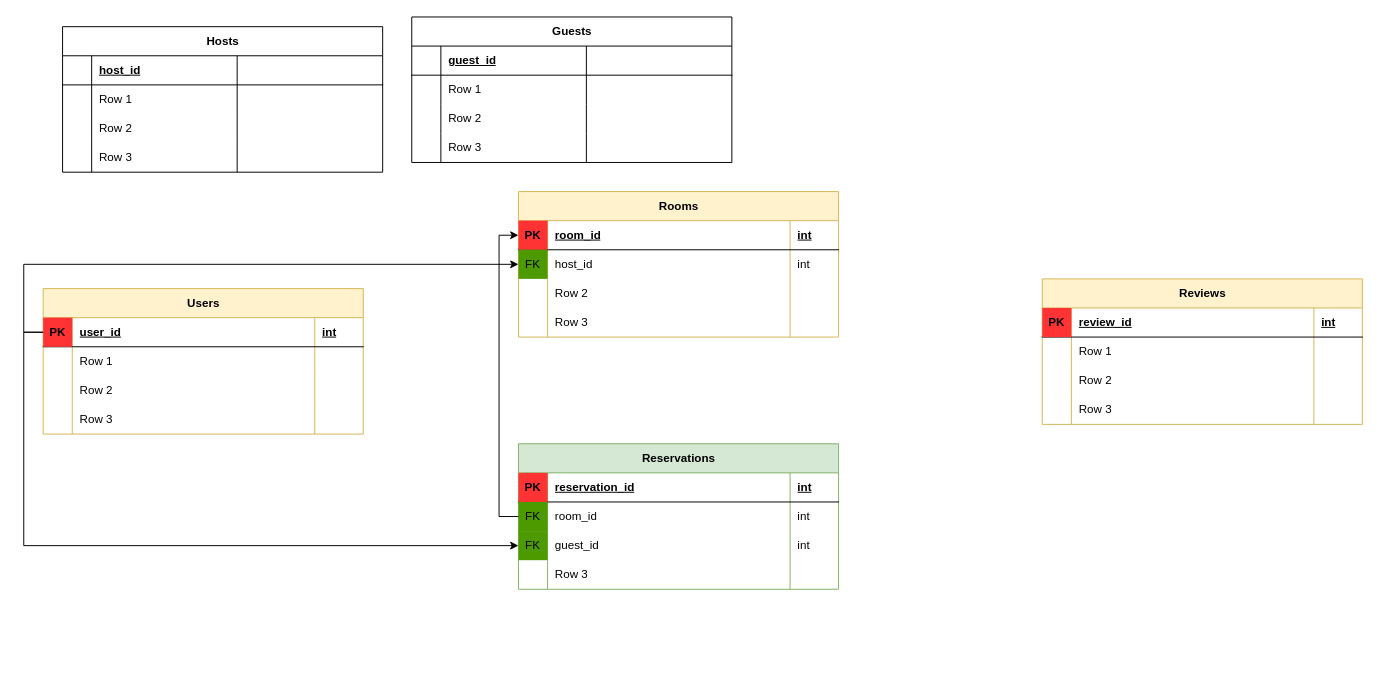
Olha-Zhernosek/projector_homeworks keeps this draw.io diagram as airbnb_diagram.drawio. Above is the earlier version. Source tidied: cells renumbered, new cells numbered last; positions are measured from the earlier drawing's top-left corner, leaving out a move shared by most shapes. Both pictures are drawn from the tidied source at 97%, with x=0, y=0 at pixel (43, 16).
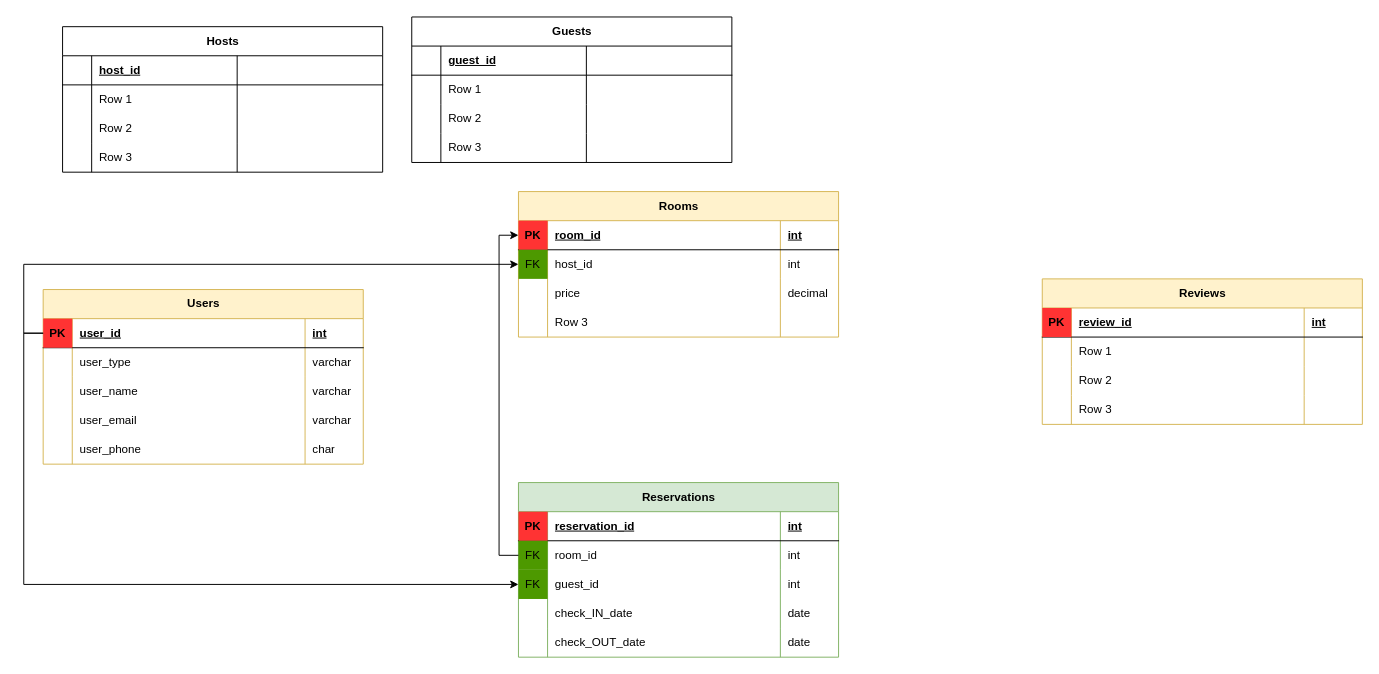
After the change.

Unchanged cells that the change refers to:
```xml
<mxCell id="3" style="shape=tableRow;horizontal=0;startSize=0;swimlaneHead=0;swimlaneBody=0;fillColor=none;points=[[0,0.5],[1,0.5]];portConstraint=eastwest;top=0;left=0;right=0;bottom=1;" parent="2" vertex="1">
  <mxGeometry y="30" width="330" height="30" as="geometry" />
</mxCell>
<mxCell id="7" style="shape=tableRow;horizontal=0;startSize=0;swimlaneHead=0;swimlaneBody=0;fillColor=none;top=0;left=0;right=0;bottom=0;" parent="2" vertex="1">
  <mxGeometry y="60" width="330" height="30" as="geometry" />
</mxCell>
<mxCell id="11" style="shape=tableRow;horizontal=0;startSize=0;swimlaneHead=0;swimlaneBody=0;fillColor=none;top=0;left=0;right=0;bottom=0;" parent="2" vertex="1">
  <mxGeometry y="90" width="330" height="30" as="geometry" />
</mxCell>
<mxCell id="15" style="shape=tableRow;horizontal=0;startSize=0;swimlaneHead=0;swimlaneBody=0;fillColor=none;top=0;left=0;right=0;bottom=0;" parent="2" vertex="1">
  <mxGeometry y="120" width="330" height="30" as="geometry" />
</mxCell>
<mxCell id="20" style="shape=tableRow;horizontal=0;startSize=0;swimlaneHead=0;swimlaneBody=0;fillColor=none;top=0;left=0;right=0;bottom=1;" parent="19" vertex="1">
  <mxGeometry y="30" width="330" height="30" as="geometry" />
</mxCell>
<mxCell id="24" style="shape=tableRow;horizontal=0;startSize=0;swimlaneHead=0;swimlaneBody=0;fillColor=none;top=0;left=0;right=0;bottom=0;" parent="19" vertex="1">
  <mxGeometry y="60" width="330" height="30" as="geometry" />
</mxCell>
<mxCell id="28" style="shape=tableRow;horizontal=0;startSize=0;swimlaneHead=0;swimlaneBody=0;fillColor=none;top=0;left=0;right=0;bottom=0;" parent="19" vertex="1">
  <mxGeometry y="90" width="330" height="30" as="geometry" />
</mxCell>
<mxCell id="32" style="shape=tableRow;horizontal=0;startSize=0;swimlaneHead=0;swimlaneBody=0;fillColor=none;top=0;left=0;right=0;bottom=0;" parent="19" vertex="1">
  <mxGeometry y="120" width="330" height="30" as="geometry" />
</mxCell>
<mxCell id="37" style="shape=tableRow;horizontal=0;startSize=0;swimlaneHead=0;swimlaneBody=0;fillColor=none;top=0;left=0;right=0;bottom=1;" parent="36" vertex="1">
  <mxGeometry y="30" width="330" height="30" as="geometry" />
</mxCell>
<mxCell id="41" style="shape=tableRow;horizontal=0;startSize=0;swimlaneHead=0;swimlaneBody=0;fillColor=none;points=[[0,0.5],[1,0.5]];portConstraint=eastwest;top=0;left=0;right=0;bottom=0;" parent="36" vertex="1">
  <mxGeometry y="60" width="330" height="30" as="geometry" />
</mxCell>
<mxCell id="45" style="shape=tableRow;horizontal=0;startSize=0;swimlaneHead=0;swimlaneBody=0;fillColor=none;points=[[0,0.5],[1,0.5]];portConstraint=eastwest;top=0;left=0;right=0;bottom=0;" parent="36" vertex="1">
  <mxGeometry y="90" width="330" height="30" as="geometry" />
</mxCell>
<mxCell id="49" style="shape=tableRow;horizontal=0;startSize=0;swimlaneHead=0;swimlaneBody=0;fillColor=none;top=0;left=0;right=0;bottom=0;" parent="36" vertex="1">
  <mxGeometry y="120" width="330" height="30" as="geometry" />
</mxCell>
<mxCell id="54" style="shape=tableRow;horizontal=0;startSize=0;swimlaneHead=0;swimlaneBody=0;fillColor=none;points=[[0,0.5],[1,0.5]];portConstraint=eastwest;top=0;left=0;right=0;bottom=1;" parent="53" vertex="1">
  <mxGeometry y="30" width="330" height="30" as="geometry" />
</mxCell>
<mxCell id="58" style="shape=tableRow;horizontal=0;startSize=0;swimlaneHead=0;swimlaneBody=0;fillColor=none;points=[[0,0.5],[1,0.5]];portConstraint=eastwest;top=0;left=0;right=0;bottom=0;" parent="53" vertex="1">
  <mxGeometry y="60" width="330" height="30" as="geometry" />
</mxCell>
<mxCell id="62" style="shape=tableRow;horizontal=0;startSize=0;swimlaneHead=0;swimlaneBody=0;fillColor=none;top=0;left=0;right=0;bottom=0;" parent="53" vertex="1">
  <mxGeometry y="90" width="330" height="30" as="geometry" />
</mxCell>
<mxCell id="66" style="shape=tableRow;horizontal=0;startSize=0;swimlaneHead=0;swimlaneBody=0;fillColor=none;top=0;left=0;right=0;bottom=0;" parent="53" vertex="1">
  <mxGeometry y="120" width="330" height="30" as="geometry" />
</mxCell>
```

The edit, as a diff of the source:
```diff
@@
     <mxCell id="2" value="Users" style="shape=table;startSize=30;childLayout=tableLayout;rowLines=0;fontStyle=1;align=center;html=1;fillColor=#fff2cc;strokeColor=#d6b656;" parent="1" vertex="1">
-      <mxGeometry y="280" width="330" height="150" as="geometry" />
+      <mxGeometry y="281" width="330" height="180" as="geometry" />
     </mxCell>
@@
     <mxCell id="5" value="user_id" style="shape=partialRectangle;fillColor=none;top=0;left=0;bottom=0;right=0;align=left;spacingLeft=6;fontStyle=5;overflow=hidden;whiteSpace=wrap;html=1;" parent="3" vertex="1">
-      <mxGeometry x="30" width="250" height="30" as="geometry" />
+      <mxGeometry x="30" width="240" height="30" as="geometry" />
     </mxCell>
     <mxCell id="6" value="int" style="shape=partialRectangle;fillColor=none;top=0;left=0;bottom=0;right=0;align=left;spacingLeft=6;fontStyle=5;overflow=hidden;whiteSpace=wrap;html=1;" parent="3" vertex="1">
-      <mxGeometry x="280" width="50" height="30" as="geometry" />
+      <mxGeometry x="270" width="60" height="30" as="geometry" />
     </mxCell>
@@
-    <mxCell id="9" value="Row 1" style="shape=partialRectangle;fillColor=none;top=0;left=0;bottom=0;right=0;align=left;spacingLeft=6;overflow=hidden;whiteSpace=wrap;html=1;" parent="7" vertex="1">
-      <mxGeometry x="30" width="250" height="30" as="geometry" />
+    <mxCell id="9" value="user_type" style="shape=partialRectangle;fillColor=none;top=0;left=0;bottom=0;right=0;align=left;spacingLeft=6;overflow=hidden;whiteSpace=wrap;html=1;" parent="7" vertex="1">
+      <mxGeometry x="30" width="240" height="30" as="geometry" />
     </mxCell>
-    <mxCell id="10" style="shape=partialRectangle;fillColor=none;top=0;left=0;bottom=0;right=0;align=left;spacingLeft=6;overflow=hidden;whiteSpace=wrap;html=1;" parent="7" vertex="1">
-      <mxGeometry x="280" width="50" height="30" as="geometry" />
+    <mxCell id="10" value="varchar" style="shape=partialRectangle;fillColor=none;top=0;left=0;bottom=0;right=0;align=left;spacingLeft=6;overflow=hidden;whiteSpace=wrap;html=1;" parent="7" vertex="1">
+      <mxGeometry x="270" width="60" height="30" as="geometry" />
     </mxCell>
@@
-    <mxCell id="13" value="Row 2" style="shape=partialRectangle;fillColor=none;top=0;left=0;bottom=0;right=0;align=left;spacingLeft=6;overflow=hidden;whiteSpace=wrap;html=1;" parent="11" vertex="1">
-      <mxGeometry x="30" width="250" height="30" as="geometry" />
+    <mxCell id="13" value="user_name" style="shape=partialRectangle;fillColor=none;top=0;left=0;bottom=0;right=0;align=left;spacingLeft=6;overflow=hidden;whiteSpace=wrap;html=1;" parent="11" vertex="1">
+      <mxGeometry x="30" width="240" height="30" as="geometry" />
     </mxCell>
-    <mxCell id="14" style="shape=partialRectangle;fillColor=none;top=0;left=0;bottom=0;right=0;align=left;spacingLeft=6;overflow=hidden;whiteSpace=wrap;html=1;" parent="11" vertex="1">
-      <mxGeometry x="280" width="50" height="30" as="geometry" />
+    <mxCell id="14" value="varchar" style="shape=partialRectangle;fillColor=none;top=0;left=0;bottom=0;right=0;align=left;spacingLeft=6;overflow=hidden;whiteSpace=wrap;html=1;" parent="11" vertex="1">
+      <mxGeometry x="270" width="60" height="30" as="geometry" />
     </mxCell>
@@
-    <mxCell id="17" value="Row 3" style="shape=partialRectangle;fillColor=none;top=0;left=0;bottom=0;right=0;align=left;spacingLeft=6;overflow=hidden;whiteSpace=wrap;html=1;" parent="15" vertex="1">
-      <mxGeometry x="30" width="250" height="30" as="geometry" />
+    <mxCell id="17" value="user_email" style="shape=partialRectangle;fillColor=none;top=0;left=0;bottom=0;right=0;align=left;spacingLeft=6;overflow=hidden;whiteSpace=wrap;html=1;" parent="15" vertex="1">
+      <mxGeometry x="30" width="240" height="30" as="geometry" />
     </mxCell>
-    <mxCell id="18" style="shape=partialRectangle;fillColor=none;top=0;left=0;bottom=0;right=0;align=left;spacingLeft=6;overflow=hidden;whiteSpace=wrap;html=1;" parent="15" vertex="1">
-      <mxGeometry x="280" width="50" height="30" as="geometry" />
+    <mxCell id="18" value="varchar" style="shape=partialRectangle;fillColor=none;top=0;left=0;bottom=0;right=0;align=left;spacingLeft=6;overflow=hidden;whiteSpace=wrap;html=1;" parent="15" vertex="1">
+      <mxGeometry x="270" width="60" height="30" as="geometry" />
     </mxCell>
+    <mxCell id="107" style="shape=tableRow;horizontal=0;startSize=0;swimlaneHead=0;swimlaneBody=0;fillColor=none;top=0;left=0;right=0;bottom=0;" parent="2" vertex="1">
+      <mxGeometry y="150" width="330" height="30" as="geometry" />
+    </mxCell>
+    <mxCell id="108" style="shape=partialRectangle;fillColor=none;top=0;left=0;bottom=0;right=0;overflow=hidden;whiteSpace=wrap;html=1;" parent="107" vertex="1">
+      <mxGeometry width="30" height="30" as="geometry" />
+    </mxCell>
+    <mxCell id="109" value="user_phone" style="shape=partialRectangle;fillColor=none;top=0;left=0;bottom=0;right=0;align=left;spacingLeft=6;overflow=hidden;whiteSpace=wrap;html=1;" parent="107" vertex="1">
+      <mxGeometry x="30" width="240" height="30" as="geometry" />
+    </mxCell>
+    <mxCell id="110" value="char" style="shape=partialRectangle;fillColor=none;top=0;left=0;bottom=0;right=0;align=left;spacingLeft=6;overflow=hidden;whiteSpace=wrap;html=1;" parent="107" vertex="1">
+      <mxGeometry x="270" width="60" height="30" as="geometry" />
+    </mxCell>
@@
     <mxCell id="22" value="review_id" style="shape=partialRectangle;fillColor=none;top=0;left=0;bottom=0;right=0;align=left;spacingLeft=6;fontStyle=5;overflow=hidden;whiteSpace=wrap;html=1;" parent="20" vertex="1">
-      <mxGeometry x="30" width="250" height="30" as="geometry" />
+      <mxGeometry x="30" width="240" height="30" as="geometry" />
     </mxCell>
     <mxCell id="23" value="int" style="shape=partialRectangle;fillColor=none;top=0;left=0;bottom=0;right=0;align=left;spacingLeft=6;fontStyle=5;overflow=hidden;whiteSpace=wrap;html=1;" parent="20" vertex="1">
-      <mxGeometry x="280" width="50" height="30" as="geometry" />
+      <mxGeometry x="270" width="60" height="30" as="geometry" />
     </mxCell>
@@
     <mxCell id="26" value="Row 1" style="shape=partialRectangle;fillColor=none;top=0;left=0;bottom=0;right=0;align=left;spacingLeft=6;overflow=hidden;whiteSpace=wrap;html=1;" parent="24" vertex="1">
-      <mxGeometry x="30" width="250" height="30" as="geometry" />
+      <mxGeometry x="30" width="240" height="30" as="geometry" />
     </mxCell>
     <mxCell id="27" style="shape=partialRectangle;fillColor=none;top=0;left=0;bottom=0;right=0;align=left;spacingLeft=6;overflow=hidden;whiteSpace=wrap;html=1;" parent="24" vertex="1">
-      <mxGeometry x="280" width="50" height="30" as="geometry" />
+      <mxGeometry x="270" width="60" height="30" as="geometry" />
     </mxCell>
@@
     <mxCell id="30" value="Row 2" style="shape=partialRectangle;fillColor=none;top=0;left=0;bottom=0;right=0;align=left;spacingLeft=6;overflow=hidden;whiteSpace=wrap;html=1;" parent="28" vertex="1">
-      <mxGeometry x="30" width="250" height="30" as="geometry" />
+      <mxGeometry x="30" width="240" height="30" as="geometry" />
     </mxCell>
     <mxCell id="31" style="shape=partialRectangle;fillColor=none;top=0;left=0;bottom=0;right=0;align=left;spacingLeft=6;overflow=hidden;whiteSpace=wrap;html=1;" parent="28" vertex="1">
-      <mxGeometry x="280" width="50" height="30" as="geometry" />
+      <mxGeometry x="270" width="60" height="30" as="geometry" />
     </mxCell>
@@
     <mxCell id="34" value="Row 3" style="shape=partialRectangle;fillColor=none;top=0;left=0;bottom=0;right=0;align=left;spacingLeft=6;overflow=hidden;whiteSpace=wrap;html=1;" parent="32" vertex="1">
-      <mxGeometry x="30" width="250" height="30" as="geometry" />
+      <mxGeometry x="30" width="240" height="30" as="geometry" />
     </mxCell>
     <mxCell id="35" style="shape=partialRectangle;fillColor=none;top=0;left=0;bottom=0;right=0;align=left;spacingLeft=6;overflow=hidden;whiteSpace=wrap;html=1;" parent="32" vertex="1">
-      <mxGeometry x="280" width="50" height="30" as="geometry" />
+      <mxGeometry x="270" width="60" height="30" as="geometry" />
     </mxCell>
     <mxCell id="36" value="Reservations" style="shape=table;startSize=30;childLayout=tableLayout;rowLines=0;fontStyle=1;align=center;html=1;fillColor=#d5e8d4;strokeColor=#82b366;" parent="1" vertex="1">
-      <mxGeometry x="490" y="440" width="330" height="150" as="geometry" />
+      <mxGeometry x="490" y="480" width="330" height="180" as="geometry" />
     </mxCell>
@@
     <mxCell id="39" value="reservation_id" style="shape=partialRectangle;fillColor=none;top=0;left=0;bottom=0;right=0;align=left;spacingLeft=6;fontStyle=5;overflow=hidden;whiteSpace=wrap;html=1;" parent="37" vertex="1">
-      <mxGeometry x="30" width="250" height="30" as="geometry" />
+      <mxGeometry x="30" width="240" height="30" as="geometry" />
     </mxCell>
     <mxCell id="40" value="int" style="shape=partialRectangle;fillColor=none;top=0;left=0;bottom=0;right=0;align=left;spacingLeft=6;fontStyle=5;overflow=hidden;whiteSpace=wrap;html=1;" parent="37" vertex="1">
-      <mxGeometry x="280" width="50" height="30" as="geometry" />
+      <mxGeometry x="270" width="60" height="30" as="geometry" />
     </mxCell>
@@
     <mxCell id="43" value="room_id" style="shape=partialRectangle;fillColor=none;top=0;left=0;bottom=0;right=0;align=left;spacingLeft=6;overflow=hidden;whiteSpace=wrap;html=1;" parent="41" vertex="1">
-      <mxGeometry x="30" width="250" height="30" as="geometry" />
+      <mxGeometry x="30" width="240" height="30" as="geometry" />
     </mxCell>
     <mxCell id="44" value="int" style="shape=partialRectangle;fillColor=none;top=0;left=0;bottom=0;right=0;align=left;spacingLeft=6;overflow=hidden;whiteSpace=wrap;html=1;" parent="41" vertex="1">
-      <mxGeometry x="280" width="50" height="30" as="geometry" />
+      <mxGeometry x="270" width="60" height="30" as="geometry" />
     </mxCell>
@@
     <mxCell id="47" value="guest_id" style="shape=partialRectangle;fillColor=none;top=0;left=0;bottom=0;right=0;align=left;spacingLeft=6;overflow=hidden;whiteSpace=wrap;html=1;" parent="45" vertex="1">
-      <mxGeometry x="30" width="250" height="30" as="geometry" />
+      <mxGeometry x="30" width="240" height="30" as="geometry" />
     </mxCell>
     <mxCell id="48" value="int" style="shape=partialRectangle;fillColor=none;top=0;left=0;bottom=0;right=0;align=left;spacingLeft=6;overflow=hidden;whiteSpace=wrap;html=1;" parent="45" vertex="1">
-      <mxGeometry x="280" width="50" height="30" as="geometry" />
+      <mxGeometry x="270" width="60" height="30" as="geometry" />
     </mxCell>
@@
-    <mxCell id="51" value="Row 3" style="shape=partialRectangle;fillColor=none;top=0;left=0;bottom=0;right=0;align=left;spacingLeft=6;overflow=hidden;whiteSpace=wrap;html=1;" parent="49" vertex="1">
-      <mxGeometry x="30" width="250" height="30" as="geometry" />
+    <mxCell id="51" value="check_IN_date" style="shape=partialRectangle;fillColor=none;top=0;left=0;bottom=0;right=0;align=left;spacingLeft=6;overflow=hidden;whiteSpace=wrap;html=1;" parent="49" vertex="1">
+      <mxGeometry x="30" width="240" height="30" as="geometry" />
     </mxCell>
-    <mxCell id="52" style="shape=partialRectangle;fillColor=none;top=0;left=0;bottom=0;right=0;align=left;spacingLeft=6;overflow=hidden;whiteSpace=wrap;html=1;" parent="49" vertex="1">
-      <mxGeometry x="280" width="50" height="30" as="geometry" />
+    <mxCell id="52" value="date" style="shape=partialRectangle;fillColor=none;top=0;left=0;bottom=0;right=0;align=left;spacingLeft=6;overflow=hidden;whiteSpace=wrap;html=1;" parent="49" vertex="1">
+      <mxGeometry x="270" width="60" height="30" as="geometry" />
     </mxCell>
+    <mxCell id="111" style="shape=tableRow;horizontal=0;startSize=0;swimlaneHead=0;swimlaneBody=0;fillColor=none;top=0;left=0;right=0;bottom=0;" parent="36" vertex="1">
+      <mxGeometry y="150" width="330" height="30" as="geometry" />
+    </mxCell>
+    <mxCell id="112" style="shape=partialRectangle;fillColor=none;top=0;left=0;bottom=0;right=0;overflow=hidden;whiteSpace=wrap;html=1;" parent="111" vertex="1">
+      <mxGeometry width="30" height="30" as="geometry" />
+    </mxCell>
+    <mxCell id="113" value="check_OUT_date" style="shape=partialRectangle;fillColor=none;top=0;left=0;bottom=0;right=0;align=left;spacingLeft=6;overflow=hidden;whiteSpace=wrap;html=1;" parent="111" vertex="1">
+      <mxGeometry x="30" width="240" height="30" as="geometry" />
+    </mxCell>
+    <mxCell id="114" value="date" style="shape=partialRectangle;fillColor=none;top=0;left=0;bottom=0;right=0;align=left;spacingLeft=6;overflow=hidden;whiteSpace=wrap;html=1;" parent="111" vertex="1">
+      <mxGeometry x="270" width="60" height="30" as="geometry" />
+    </mxCell>
@@
     <mxCell id="56" value="room_id" style="shape=partialRectangle;fillColor=none;top=0;left=0;bottom=0;right=0;align=left;spacingLeft=6;fontStyle=5;overflow=hidden;whiteSpace=wrap;html=1;" parent="54" vertex="1">
-      <mxGeometry x="30" width="250" height="30" as="geometry" />
+      <mxGeometry x="30" width="240" height="30" as="geometry" />
     </mxCell>
     <mxCell id="57" value="int" style="shape=partialRectangle;fillColor=none;top=0;left=0;bottom=0;right=0;align=left;spacingLeft=6;fontStyle=5;overflow=hidden;whiteSpace=wrap;html=1;" parent="54" vertex="1">
-      <mxGeometry x="280" width="50" height="30" as="geometry" />
+      <mxGeometry x="270" width="60" height="30" as="geometry" />
     </mxCell>
@@
     <mxCell id="60" value="host_id" style="shape=partialRectangle;fillColor=none;top=0;left=0;bottom=0;right=0;align=left;spacingLeft=6;overflow=hidden;whiteSpace=wrap;html=1;" parent="58" vertex="1">
-      <mxGeometry x="30" width="250" height="30" as="geometry" />
+      <mxGeometry x="30" width="240" height="30" as="geometry" />
     </mxCell>
     <mxCell id="61" value="int" style="shape=partialRectangle;fillColor=none;top=0;left=0;bottom=0;right=0;align=left;spacingLeft=6;overflow=hidden;whiteSpace=wrap;html=1;" parent="58" vertex="1">
-      <mxGeometry x="280" width="50" height="30" as="geometry" />
+      <mxGeometry x="270" width="60" height="30" as="geometry" />
     </mxCell>
@@
-    <mxCell id="64" value="Row 2" style="shape=partialRectangle;fillColor=none;top=0;left=0;bottom=0;right=0;align=left;spacingLeft=6;overflow=hidden;whiteSpace=wrap;html=1;" parent="62" vertex="1">
-      <mxGeometry x="30" width="250" height="30" as="geometry" />
+    <mxCell id="64" value="price" style="shape=partialRectangle;fillColor=none;top=0;left=0;bottom=0;right=0;align=left;spacingLeft=6;overflow=hidden;whiteSpace=wrap;html=1;" parent="62" vertex="1">
+      <mxGeometry x="30" width="240" height="30" as="geometry" />
     </mxCell>
-    <mxCell id="65" style="shape=partialRectangle;fillColor=none;top=0;left=0;bottom=0;right=0;align=left;spacingLeft=6;overflow=hidden;whiteSpace=wrap;html=1;" parent="62" vertex="1">
-      <mxGeometry x="280" width="50" height="30" as="geometry" />
+    <mxCell id="65" value="decimal" style="shape=partialRectangle;fillColor=none;top=0;left=0;bottom=0;right=0;align=left;spacingLeft=6;overflow=hidden;whiteSpace=wrap;html=1;" parent="62" vertex="1">
+      <mxGeometry x="270" width="60" height="30" as="geometry" />
     </mxCell>
@@
     <mxCell id="68" value="Row 3" style="shape=partialRectangle;fillColor=none;top=0;left=0;bottom=0;right=0;align=left;spacingLeft=6;overflow=hidden;whiteSpace=wrap;html=1;" parent="66" vertex="1">
-      <mxGeometry x="30" width="250" height="30" as="geometry" />
+      <mxGeometry x="30" width="240" height="30" as="geometry" />
     </mxCell>
     <mxCell id="69" style="shape=partialRectangle;fillColor=none;top=0;left=0;bottom=0;right=0;align=left;spacingLeft=6;overflow=hidden;whiteSpace=wrap;html=1;" parent="66" vertex="1">
-      <mxGeometry x="280" width="50" height="30" as="geometry" />
+      <mxGeometry x="270" width="60" height="30" as="geometry" />
     </mxCell>
```
